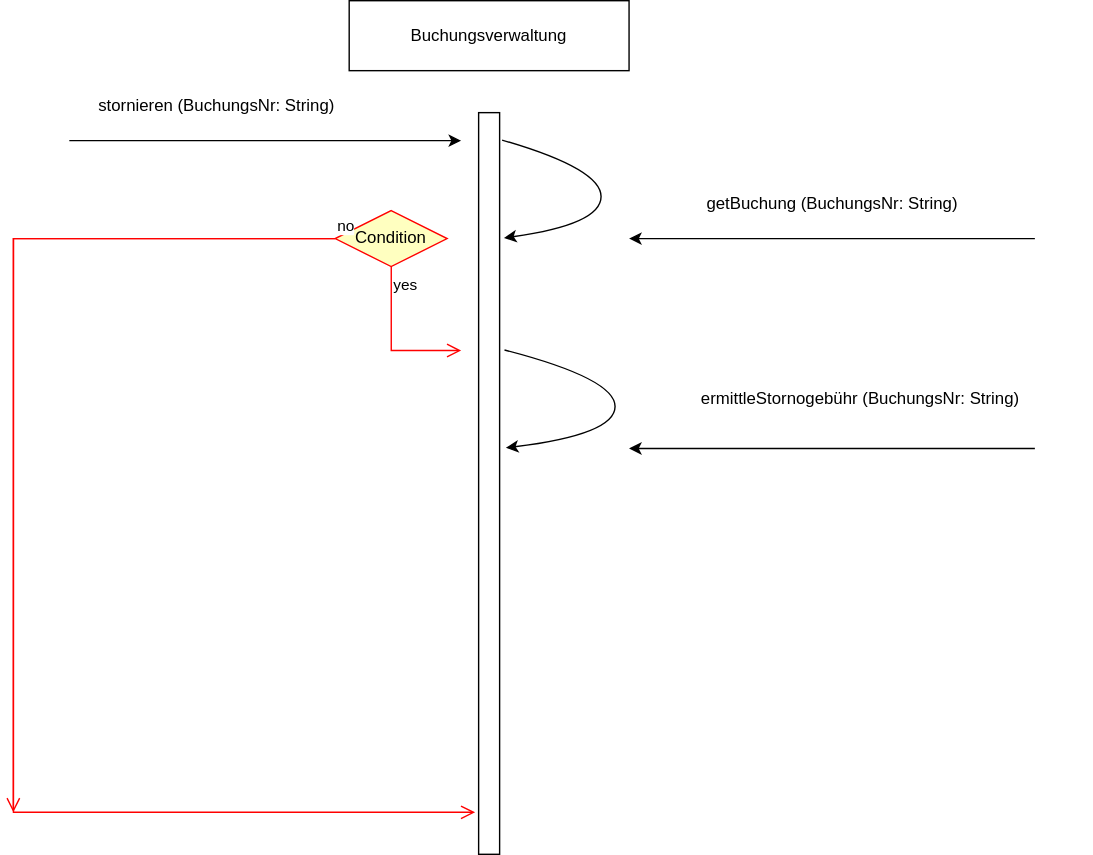
Earlier version of the draw.io export Buchungsverwaltung.drawio.svg (IngoGutwin/diagrams). Source tidied: cells renumbered, new cells last; positions are measured from the earlier drawing's top-left corner, leaving out a move shared by most shapes.
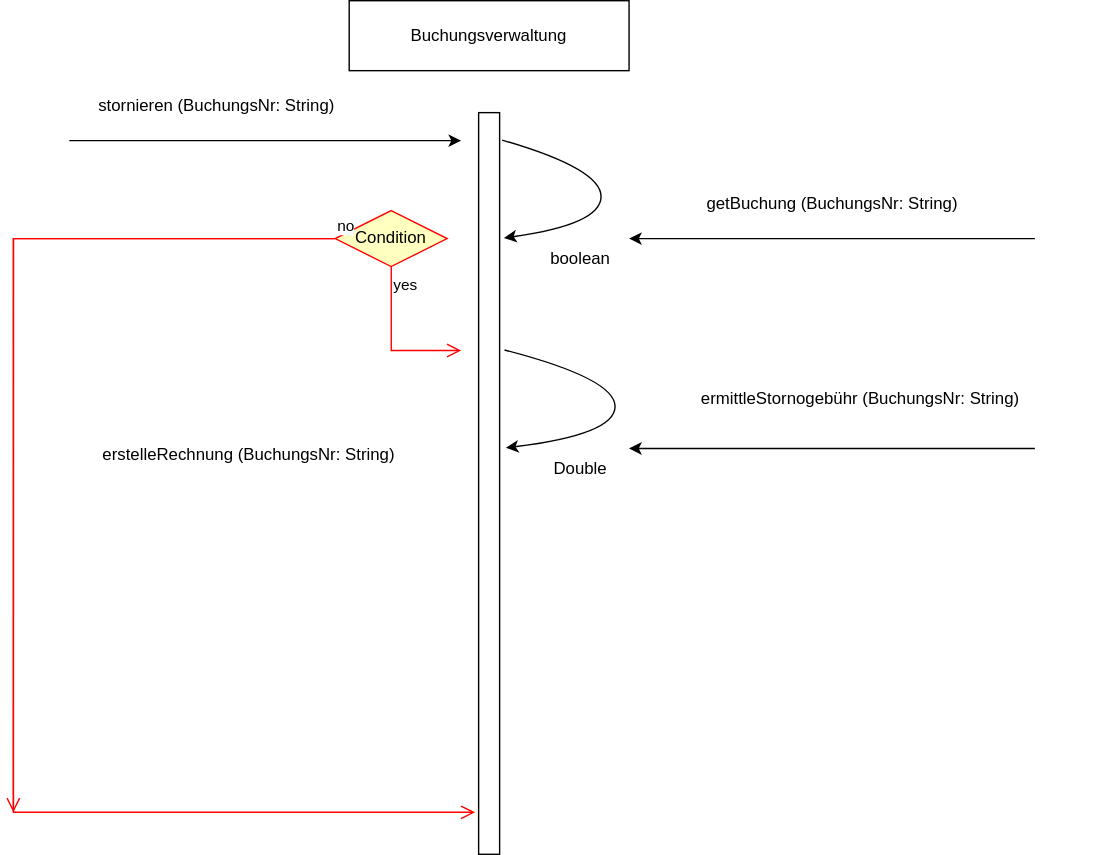
Later version of the same file.

What changed in the source:
```diff
@@ -75,5 +75,14 @@
         </Array>
       </mxGeometry>
     </mxCell>
+    <mxCell id="16" value="erstelleRechnung (BuchungsNr: String)" style="text;html=1;align=center;verticalAlign=middle;strokeColor=none;fillColor=none;" parent="1" vertex="1">
+      <mxGeometry x="17.5" y="310" width="300" height="30" as="geometry" />
+    </mxCell>
+    <mxCell id="17" value="Double" style="text;html=1;align=center;verticalAlign=middle;strokeColor=none;fillColor=none;" parent="1" vertex="1">
+      <mxGeometry x="370" y="320" width="70" height="30" as="geometry" />
+    </mxCell>
+    <mxCell id="18" value="boolean" style="text;html=1;align=center;verticalAlign=middle;strokeColor=none;fillColor=none;" parent="1" vertex="1">
+      <mxGeometry x="365" y="170" width="80" height="30" as="geometry" />
+    </mxCell>
   </root>
 </mxGraphModel>
```
